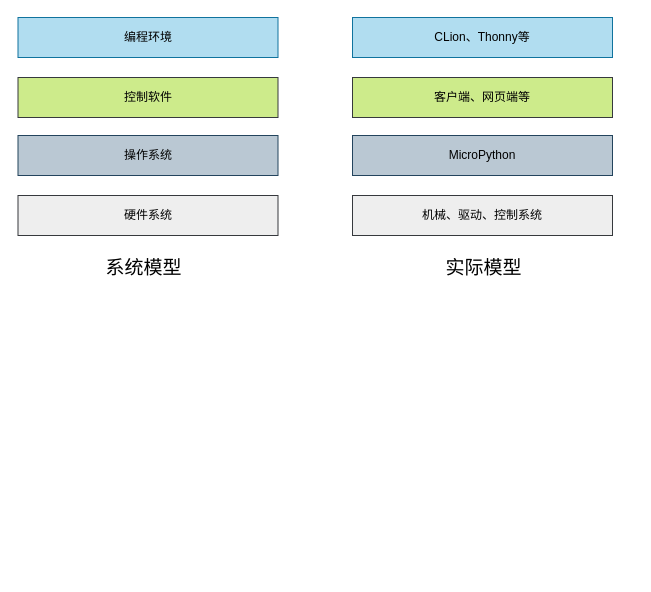
This is 硬件系统操作系统控制系统ppt.drawio from KAZAMA-DREAM/picture, a draw.io file, before an edit. Source tidied: cells renumbered, new cells numbered last; positions are measured from the earlier drawing's top-left corner, leaving out a move shared by most shapes. Both pictures are drawn from the tidied source at 100%, with x=0, y=0 at pixel (18, 17).
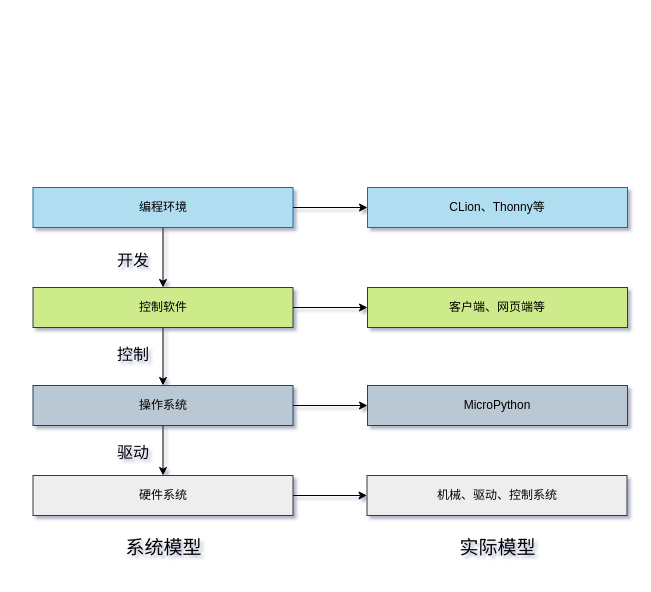
After the change.

Commit message:
更新硬件系统操作系统控制系统ppt.drawio

The edit, as a diff of the source:
```diff
@@
-<mxGraphModel>
+<mxGraphModel shadow="1">
@@
+    <mxCell id="12" style="edgeStyle=orthogonalEdgeStyle;rounded=0;jettySize=auto;html=1;" parent="1" edge="1" source="2" target="8">
+      <mxGeometry relative="1" as="geometry" />
+    </mxCell>
+    <mxCell id="13" style="edgeStyle=orthogonalEdgeStyle;rounded=0;jettySize=auto;html=1;" parent="1" edge="1" source="2" target="3">
+      <mxGeometry relative="1" as="geometry" />
+    </mxCell>
     <mxCell id="2" value="控制软件" style="rounded=0;whiteSpace=wrap;html=1;fillColor=#cdeb8b;strokeColor=#36393d;" parent="1" vertex="1">
-      <mxGeometry x="-0.5" y="60" width="260" height="40" as="geometry" />
+      <mxGeometry x="14.5" y="270" width="260" height="40" as="geometry" />
     </mxCell>
+    <mxCell id="14" style="edgeStyle=orthogonalEdgeStyle;rounded=0;jettySize=auto;html=1;" parent="1" edge="1" source="3" target="9">
+      <mxGeometry relative="1" as="geometry" />
+    </mxCell>
+    <mxCell id="15" style="edgeStyle=orthogonalEdgeStyle;rounded=0;jettySize=auto;html=1;entryX=0.5;entryY=0;entryDx=0;entryDy=0;" parent="1" edge="1" source="3" target="4">
+      <mxGeometry relative="1" as="geometry" />
+    </mxCell>
     <mxCell id="3" value="操作系统" style="rounded=0;whiteSpace=wrap;html=1;fillColor=#bac8d3;strokeColor=#23445d;" parent="1" vertex="1">
-      <mxGeometry x="-0.5" y="118" width="260" height="40" as="geometry" />
+      <mxGeometry x="14.5" y="368" width="260" height="40" as="geometry" />
     </mxCell>
+    <mxCell id="16" style="edgeStyle=orthogonalEdgeStyle;rounded=0;jettySize=auto;html=1;" parent="1" edge="1" source="4" target="10">
+      <mxGeometry relative="1" as="geometry" />
+    </mxCell>
     <mxCell id="4" value="硬件系统" style="rounded=0;whiteSpace=wrap;html=1;fillColor=#eeeeee;strokeColor=#36393d;" parent="1" vertex="1">
-      <mxGeometry x="-0.5" y="178" width="260" height="40" as="geometry" />
+      <mxGeometry x="14.5" y="458" width="260" height="40" as="geometry" />
     </mxCell>
     <mxCell id="5" value="&lt;font style=&quot;font-size: 19px;&quot;&gt;系统模型&lt;/font&gt;" style="text;html=1;align=center;verticalAlign=middle;strokeColor=none;fillColor=none;" parent="1" vertex="1">
-      <mxGeometry x="74.5" y="231" width="100" height="40" as="geometry" />
+      <mxGeometry x="94.5" y="511" width="100" height="40" as="geometry" />
     </mxCell>
     <mxCell id="6" value="&lt;font style=&quot;font-size: 19px;&quot;&gt;实际模型&lt;/font&gt;" style="text;html=1;align=center;verticalAlign=middle;strokeColor=none;fillColor=none;" parent="1" vertex="1">
-      <mxGeometry x="414.5" y="231" width="100" height="40" as="geometry" />
+      <mxGeometry x="429" y="511" width="100" height="40" as="geometry" />
     </mxCell>
+    <mxCell id="17" style="edgeStyle=orthogonalEdgeStyle;rounded=0;jettySize=auto;html=1;" parent="1" edge="1" source="7" target="11">
+      <mxGeometry relative="1" as="geometry" />
+    </mxCell>
+    <mxCell id="18" style="edgeStyle=orthogonalEdgeStyle;rounded=0;jettySize=auto;html=1;" parent="1" edge="1" source="7" target="2">
+      <mxGeometry relative="1" as="geometry" />
+    </mxCell>
     <mxCell id="7" value="编程环境" style="rounded=0;whiteSpace=wrap;html=1;fillColor=#b1ddf0;strokeColor=#10739e;" parent="1" vertex="1">
-      <mxGeometry x="-0.5" width="260" height="40" as="geometry" />
+      <mxGeometry x="14.5" y="170" width="260" height="40" as="geometry" />
     </mxCell>
     <mxCell id="8" value="客户端、网页端等" style="rounded=0;whiteSpace=wrap;html=1;fillColor=#cdeb8b;strokeColor=#36393d;" parent="1" vertex="1">
-      <mxGeometry x="334" y="60" width="260" height="40" as="geometry" />
+      <mxGeometry x="349" y="270" width="260" height="40" as="geometry" />
     </mxCell>
     <mxCell id="9" value="MicroPython" style="rounded=0;whiteSpace=wrap;html=1;fillColor=#bac8d3;strokeColor=#23445d;" parent="1" vertex="1">
-      <mxGeometry x="334" y="118" width="260" height="40" as="geometry" />
+      <mxGeometry x="349" y="368" width="260" height="40" as="geometry" />
     </mxCell>
     <mxCell id="10" value="机械、驱动、控制系统" style="rounded=0;whiteSpace=wrap;html=1;fillColor=#eeeeee;strokeColor=#36393d;" parent="1" vertex="1">
-      <mxGeometry x="334" y="178" width="260" height="40" as="geometry" />
+      <mxGeometry x="348.5" y="458" width="260" height="40" as="geometry" />
     </mxCell>
     <mxCell id="11" value="CLion、Thonny等" style="rounded=0;whiteSpace=wrap;html=1;fillColor=#b1ddf0;strokeColor=#10739e;" parent="1" vertex="1">
-      <mxGeometry x="334" width="260" height="40" as="geometry" />
+      <mxGeometry x="349" y="170" width="260" height="40" as="geometry" />
     </mxCell>
+    <mxCell id="19" value="&lt;font style=&quot;font-size: 16px;&quot;&gt;开发&lt;/font&gt;" style="text;html=1;strokeColor=none;fillColor=none;align=center;verticalAlign=middle;whiteSpace=wrap;rounded=0;" parent="1" vertex="1">
+      <mxGeometry x="85" y="228" width="60" height="30" as="geometry" />
+    </mxCell>
+    <mxCell id="20" value="&lt;font style=&quot;font-size: 16px;&quot;&gt;控制&lt;/font&gt;" style="text;html=1;strokeColor=none;fillColor=none;align=center;verticalAlign=middle;whiteSpace=wrap;rounded=0;" parent="1" vertex="1">
+      <mxGeometry x="85" y="322" width="60" height="30" as="geometry" />
+    </mxCell>
+    <mxCell id="21" value="&lt;font style=&quot;font-size: 16px;&quot;&gt;驱动&lt;/font&gt;" style="text;html=1;strokeColor=none;fillColor=none;align=center;verticalAlign=middle;whiteSpace=wrap;rounded=0;" parent="1" vertex="1">
+      <mxGeometry x="85" y="420" width="60" height="30" as="geometry" />
+    </mxCell>
```
